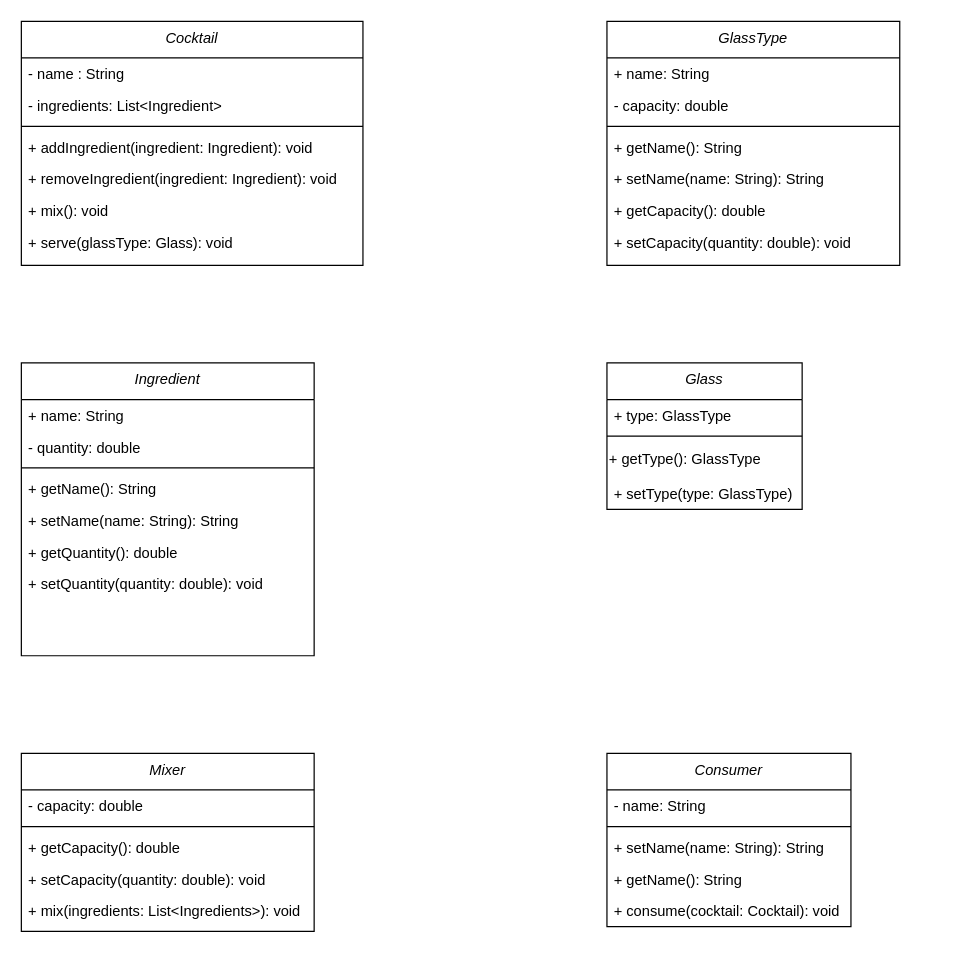
Earlier version of the draw.io diagram 01-05 ER, XML und Klassendiagramm/Aufgabe04/Aufgabe04.drawio (R4Tobi/modellierung). Source tidied: cells renumbered, new cells numbered last; positions are measured from the earlier drawing's top-left corner, leaving out a move shared by most shapes. Both pictures are drawn from the tidied source at 122%, with x=0, y=0 at pixel (21, 21).
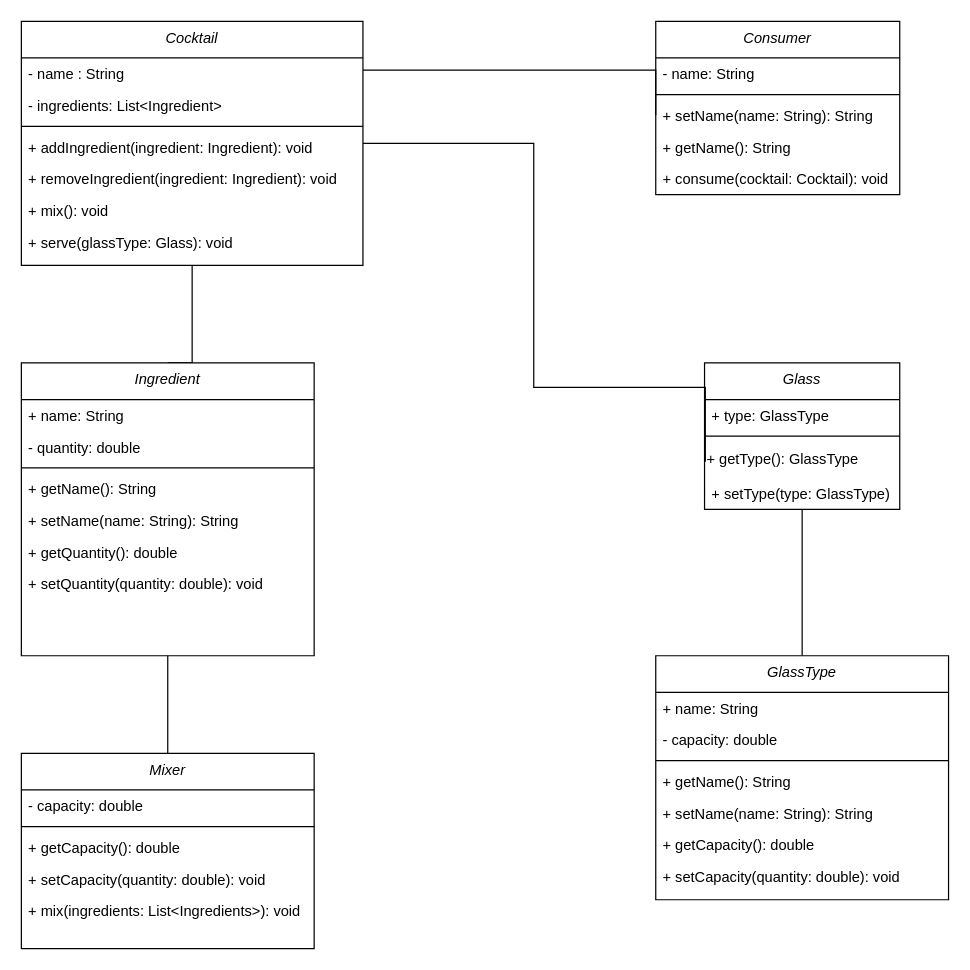
Above is the later version.

Unchanged cells that the change refers to:
```xml
<mxCell id="2" value="Cocktail" style="swimlane;fontStyle=2;align=center;verticalAlign=top;horizontal=1;startSize=30;rounded=0;shadow=0;strokeWidth=1;" parent="1" vertex="1">
  <mxGeometry width="280" height="200" as="geometry" />
</mxCell>
<mxCell id="10" value="Ingredient" style="swimlane;fontStyle=2;align=center;verticalAlign=top;horizontal=1;startSize=30;rounded=0;shadow=0;strokeWidth=1;" parent="1" vertex="1">
  <mxGeometry y="280" width="240" height="240" as="geometry" />
</mxCell>
<mxCell id="21" value="+ getType(): GlassType" style="text;html=1;align=left;verticalAlign=middle;points=[];strokeColor=none;fillColor=none;" parent="18" vertex="1">
  <mxGeometry y="64" width="160" height="30" as="geometry" />
</mxCell>
<mxCell id="26" value="+ setName(name: String): String" style="text;align=left;verticalAlign=top;spacingLeft=4;spacingRight=4;overflow=hidden;points=[[0,0.5],[1,0.5]];portConstraint=eastwest;" parent="23" vertex="1">
  <mxGeometry y="64" width="200" height="26" as="geometry" />
</mxCell>
```

Change to the diagram source:
```diff
@@
+    <mxCell id="43" style="edgeStyle=orthogonalEdgeStyle;rounded=0;jettySize=auto;html=1;entryX=0.5;entryY=0;entryDx=0;entryDy=0;endArrow=none;endFill=0;" parent="1" edge="1" source="2" target="10">
+      <mxGeometry relative="1" as="geometry">
+        <Array as="points">
+          <mxPoint x="140" y="280" />
+        </Array>
+      </mxGeometry>
+    </mxCell>
+    <mxCell id="44" style="edgeStyle=orthogonalEdgeStyle;rounded=0;jettySize=auto;html=1;entryX=0;entryY=0.5;entryDx=0;entryDy=0;endArrow=none;endFill=0;" parent="1" edge="1" source="2" target="26">
+      <mxGeometry relative="1" as="geometry">
+        <Array as="points">
+          <mxPoint x="520" y="40" />
+        </Array>
+      </mxGeometry>
+    </mxCell>
@@
+    <mxCell id="45" style="edgeStyle=orthogonalEdgeStyle;rounded=0;jettySize=auto;html=1;entryX=0.5;entryY=0;entryDx=0;entryDy=0;endArrow=none;endFill=0;" parent="1" edge="1" source="18" target="35">
+      <mxGeometry relative="1" as="geometry" />
+    </mxCell>
     <mxCell id="18" value="Glass" style="swimlane;fontStyle=2;align=center;verticalAlign=top;horizontal=1;startSize=30;rounded=0;shadow=0;strokeWidth=1;" parent="1" vertex="1">
-      <mxGeometry x="480" y="280" width="160" height="120" as="geometry" />
+      <mxGeometry x="560" y="280" width="160" height="120" as="geometry" />
     </mxCell>
@@
     <mxCell id="23" value="Consumer" style="swimlane;fontStyle=2;align=center;verticalAlign=top;horizontal=1;startSize=30;rounded=0;shadow=0;strokeWidth=1;" parent="1" vertex="1">
-      <mxGeometry x="480" y="600" width="200" height="142" as="geometry" />
+      <mxGeometry x="520" width="200" height="142" as="geometry" />
     </mxCell>
@@
+    <mxCell id="46" style="edgeStyle=orthogonalEdgeStyle;rounded=0;jettySize=auto;html=1;entryX=0.5;entryY=1;entryDx=0;entryDy=0;endArrow=none;endFill=0;" parent="1" edge="1" source="29" target="10">
+      <mxGeometry relative="1" as="geometry">
+        <Array as="points">
+          <mxPoint x="120" y="560" />
+          <mxPoint x="120" y="560" />
+        </Array>
+      </mxGeometry>
+    </mxCell>
     <mxCell id="29" value="Mixer" style="swimlane;fontStyle=2;align=center;verticalAlign=top;horizontal=1;startSize=30;rounded=0;shadow=0;strokeWidth=1;" parent="1" vertex="1">
-      <mxGeometry y="600" width="240" height="146" as="geometry" />
+      <mxGeometry y="600" width="240" height="160" as="geometry" />
     </mxCell>
@@
     <mxCell id="35" value="GlassType" style="swimlane;fontStyle=2;align=center;verticalAlign=top;horizontal=1;startSize=30;rounded=0;shadow=0;strokeWidth=1;" parent="1" vertex="1">
-      <mxGeometry x="480" width="240" height="200" as="geometry" />
+      <mxGeometry x="520" y="520" width="240" height="200" as="geometry" />
     </mxCell>
@@
+    <mxCell id="47" style="edgeStyle=orthogonalEdgeStyle;rounded=0;jettySize=auto;html=1;entryX=0.004;entryY=0.564;entryDx=0;entryDy=0;entryPerimeter=0;endArrow=none;endFill=0;" parent="1" edge="1" source="2" target="21">
+      <mxGeometry relative="1" as="geometry">
+        <Array as="points">
+          <mxPoint x="420" y="100" />
+          <mxPoint x="420" y="300" />
+          <mxPoint x="561" y="300" />
+        </Array>
+      </mxGeometry>
+    </mxCell>
```
